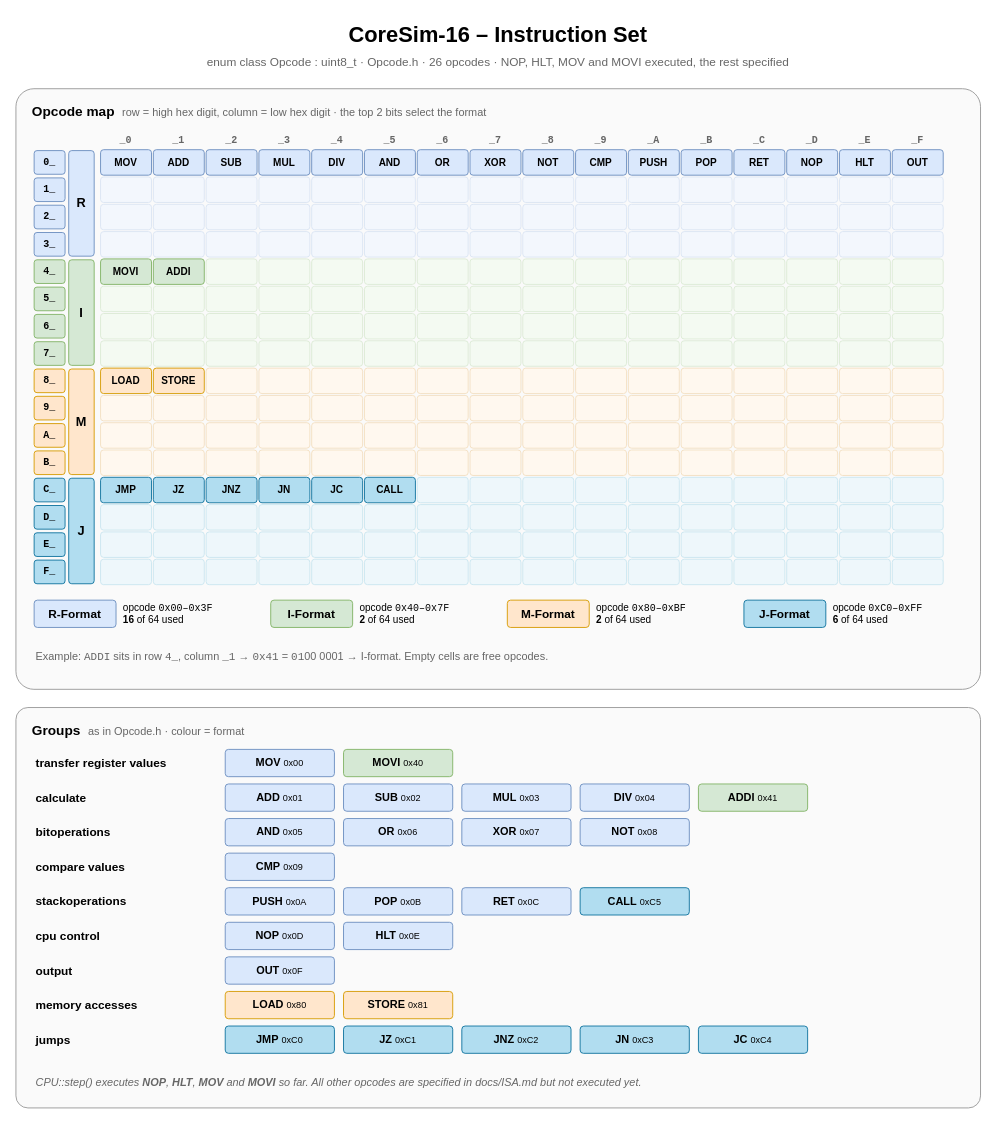
The draw.io diagram diagrams/isa.drawio in kpolet2010-hue/CoreSim, before the edit. Source tidied: cells renumbered, new cells numbered last; positions are measured from the earlier drawing's top-left corner, leaving out a move shared by most shapes. Both pictures are drawn from the tidied source at 91%, with x=0, y=0 at pixel (15, 15).
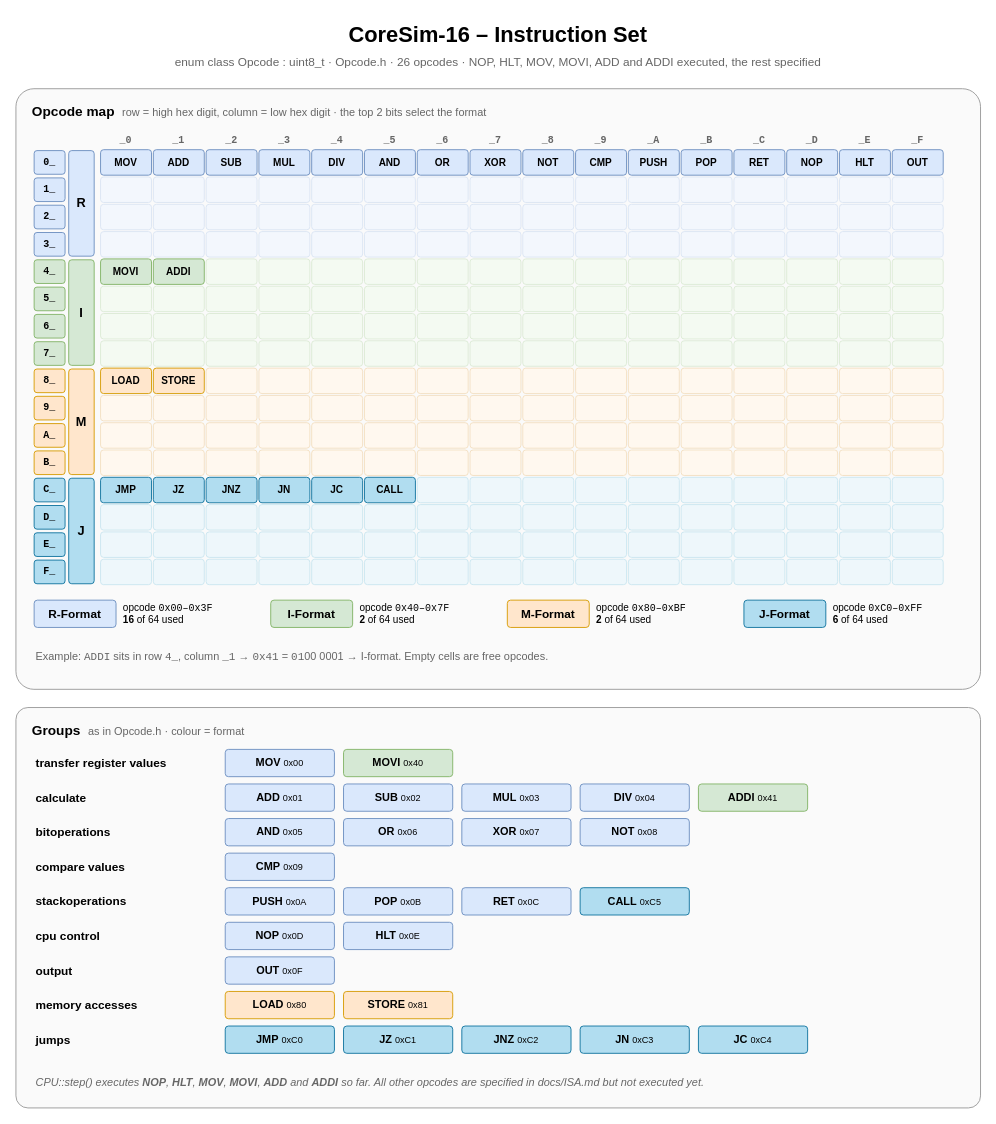
After the change.

Commit message (it also covers changes not shown here):
docs(cpu): document ADD, ADDI and their flag updates

Diff of the diagram source:
```diff
@@
-    <mxCell id="3" value="enum class Opcode : uint8_t &amp;middot; Opcode.h &amp;middot; 26 opcodes &amp;middot; NOP, HLT, MOV and MOVI executed, the rest specified" style="text;html=1;strokeColor=none;fillColor=none;whiteSpace=wrap;fontFamily=Helvetica;fontSize=13;fontColor=#666666;align=center;" parent="1" vertex="1">
+    <mxCell id="3" value="enum class Opcode : uint8_t &amp;middot; Opcode.h &amp;middot; 26 opcodes &amp;middot; NOP, HLT, MOV, MOVI, ADD and ADDI executed, the rest specified" style="text;html=1;strokeColor=none;fillColor=none;whiteSpace=wrap;fontFamily=Helvetica;fontSize=13;fontColor=#666666;align=center;" parent="1" vertex="1">
       <mxGeometry y="36" width="1060" height="24" as="geometry" />
     </mxCell>
@@
-    <mxCell id="342" value="&lt;i&gt;CPU::step() executes &lt;b&gt;NOP&lt;/b&gt;, &lt;b&gt;HLT&lt;/b&gt;, &lt;b&gt;MOV&lt;/b&gt; and &lt;b&gt;MOVI&lt;/b&gt; so far. All other opcodes are specified in docs/ISA.md but not executed yet.&lt;/i&gt;" style="text;html=1;strokeColor=none;fillColor=none;whiteSpace=wrap;fontFamily=Helvetica;fontSize=12;fontColor=#666666;align=left;" parent="1" vertex="1">
+    <mxCell id="342" value="&lt;i&gt;CPU::step() executes &lt;b&gt;NOP&lt;/b&gt;, &lt;b&gt;HLT&lt;/b&gt;, &lt;b&gt;MOV&lt;/b&gt;, &lt;b&gt;MOVI&lt;/b&gt;, &lt;b&gt;ADD&lt;/b&gt; and &lt;b&gt;ADDI&lt;/b&gt; so far. All other opcodes are specified in docs/ISA.md but not executed yet.&lt;/i&gt;" style="text;html=1;strokeColor=none;fillColor=none;whiteSpace=wrap;fontFamily=Helvetica;fontSize=12;fontColor=#666666;align=left;" parent="1" vertex="1">
       <mxGeometry x="20" y="1158" width="1020" height="24" as="geometry" />
     </mxCell>
```
